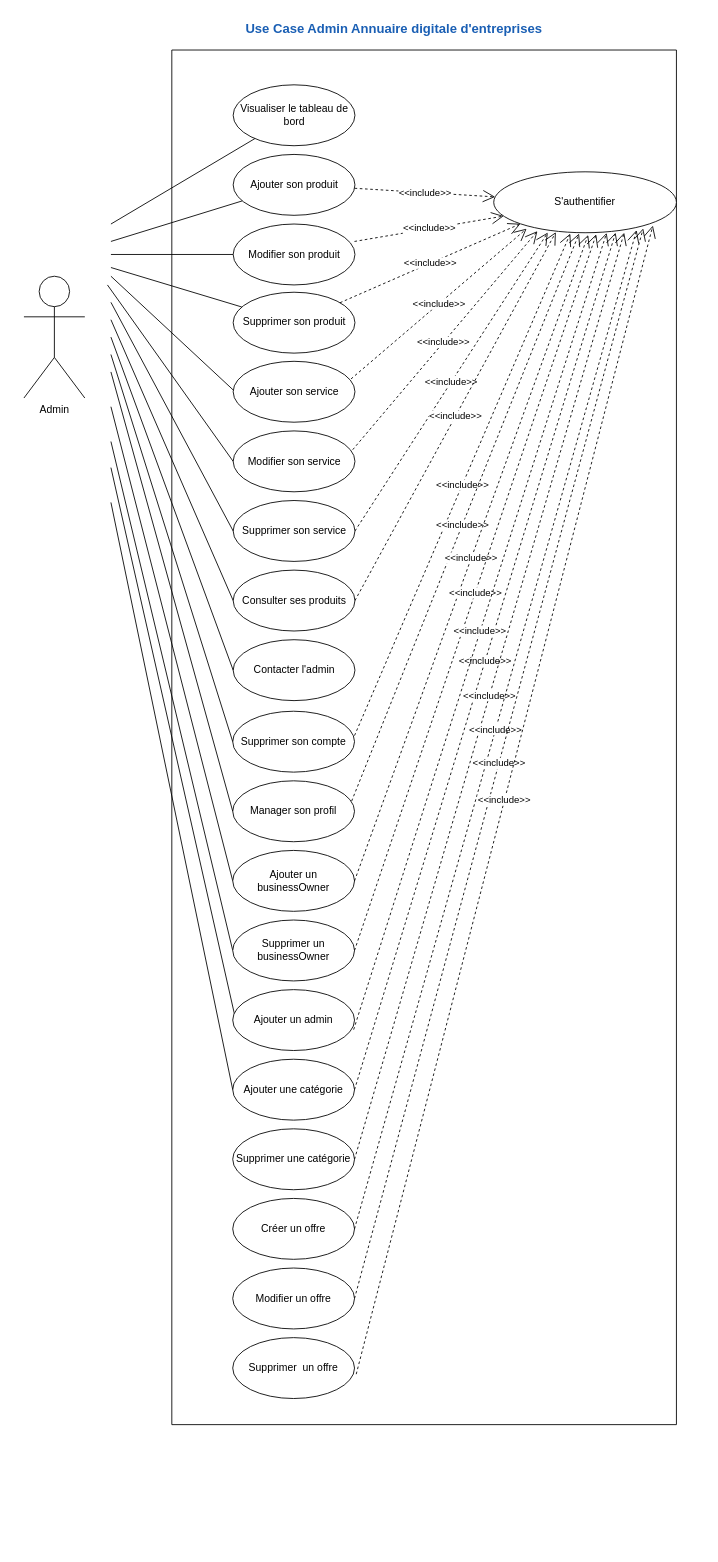
Above: 4. UseCase_Admin.drawio in amine-elarass49/angular_doc (draw.io), before the change. Source tidied: cells renumbered, new cells numbered last; positions are measured from the earlier drawing's top-left corner, leaving out a move shared by most shapes. Both pictures are drawn from the tidied source at 87%, with x=0, y=0 at pixel (23, 15).
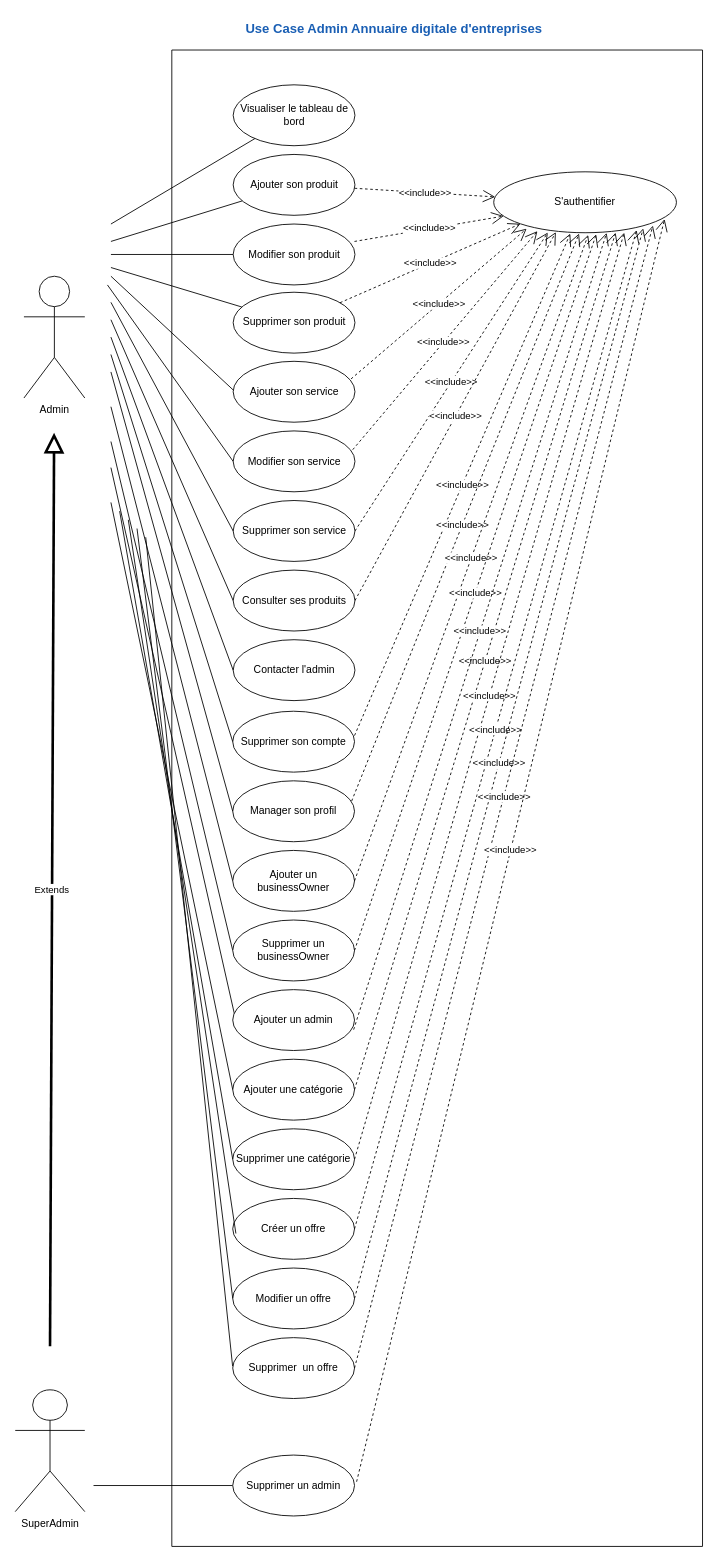
The same page after the edit.

Unchanged cells that the change refers to:
```xml
<mxCell id="4" value="S'authentifier" style="ellipse;whiteSpace=wrap;html=1;" parent="3" vertex="1">
  <mxGeometry x="370" y="140" width="210" height="70" as="geometry" />
</mxCell>
<mxCell id="46" value="Supprimer une catégorie" style="ellipse;whiteSpace=wrap;html=1;" parent="1" vertex="1">
  <mxGeometry x="240" y="1280" width="140" height="70" as="geometry" />
</mxCell>
<mxCell id="47" value="Créer un offre" style="ellipse;whiteSpace=wrap;html=1;" parent="1" vertex="1">
  <mxGeometry x="240" y="1360" width="140" height="70" as="geometry" />
</mxCell>
<mxCell id="48" value="Modifier un offre" style="ellipse;whiteSpace=wrap;html=1;" parent="1" vertex="1">
  <mxGeometry x="240" y="1440" width="140" height="70" as="geometry" />
</mxCell>
<mxCell id="49" value="Supprimer&amp;nbsp; un offre" style="ellipse;whiteSpace=wrap;html=1;" parent="1" vertex="1">
  <mxGeometry x="240" y="1520" width="140" height="70" as="geometry" />
</mxCell>
```

Diff of the diagram source:
```diff
@@
     <mxCell id="3" style="swimlane;startSize=0;" parent="1" vertex="1">
-      <mxGeometry x="170" y="40" width="580" height="1580" as="geometry" />
+      <mxGeometry x="170" y="40" width="610" height="1720" as="geometry" />
     </mxCell>
@@
+    <mxCell id="57" style="endArrow=none;html=1;edgeStyle=orthogonalEdgeStyle;rounded=0;" parent="3" edge="1">
+      <mxGeometry relative="1" as="geometry">
+        <mxPoint x="-90" y="1650" as="sourcePoint" />
+        <mxPoint x="70" y="1650" as="targetPoint" />
+      </mxGeometry>
+    </mxCell>
@@
-    <mxCell id="56" value="&amp;lt;&amp;lt;include&amp;gt;&amp;gt;" style="endArrow=open;endSize=12;dashed=1;html=1;rounded=0;exitX=1.014;exitY=0.6;exitDx=0;exitDy=0;entryX=0.871;entryY=0.883;entryDx=0;entryDy=0;exitPerimeter=0;entryPerimeter=0;" parent="1" edge="1" source="49" target="4">
+    <mxCell id="56" value="&amp;lt;&amp;lt;include&amp;gt;&amp;gt;" style="endArrow=open;endSize=12;dashed=1;html=1;rounded=0;exitX=1;exitY=0.5;exitDx=0;exitDy=0;entryX=0.871;entryY=0.883;entryDx=0;entryDy=0;exitPerimeter=0;entryPerimeter=0;" parent="1" edge="1" source="49" target="4">
       <mxGeometry relative="1" as="geometry" />
     </mxCell>
+    <mxCell id="58" value="SuperAdmin" style="shape=umlActor;verticalLabelPosition=bottom;verticalAlign=top;html=1;" parent="1" vertex="1">
+      <mxGeometry x="-10" y="1580" width="80" height="140" as="geometry" />
+    </mxCell>
+    <mxCell id="59" value="Extends" style="endArrow=block;endSize=16;endFill=0;html=1;rounded=0;strokeWidth=3;" parent="1" edge="1">
+      <mxGeometry relative="1" as="geometry">
+        <mxPoint x="30" y="1530" as="sourcePoint" />
+        <mxPoint x="34.7" y="480" as="targetPoint" />
+      </mxGeometry>
+    </mxCell>
+    <mxCell id="60" value="Supprimer un admin" style="ellipse;whiteSpace=wrap;html=1;" parent="1" vertex="1">
+      <mxGeometry x="240" y="1655" width="140" height="70" as="geometry" />
+    </mxCell>
+    <mxCell id="61" style="endArrow=none;html=1;rounded=0;entryX=0;entryY=0.5;entryDx=0;entryDy=0;" parent="1" edge="1" target="46">
+      <mxGeometry relative="1" as="geometry">
+        <mxPoint x="110" y="570" as="sourcePoint" />
+      </mxGeometry>
+    </mxCell>
+    <mxCell id="62" style="endArrow=none;html=1;rounded=0;entryX=0.026;entryY=0.576;entryDx=0;entryDy=0;entryPerimeter=0;" parent="1" edge="1" target="47">
+      <mxGeometry relative="1" as="geometry">
+        <mxPoint x="120" y="580" as="sourcePoint" />
+      </mxGeometry>
+    </mxCell>
+    <mxCell id="63" style="endArrow=none;html=1;rounded=0;entryX=0;entryY=0.5;entryDx=0;entryDy=0;" parent="1" edge="1" target="48">
+      <mxGeometry relative="1" as="geometry">
+        <mxPoint x="130" y="590" as="sourcePoint" />
+      </mxGeometry>
+    </mxCell>
+    <mxCell id="64" style="endArrow=none;html=1;rounded=0;entryX=-0.001;entryY=0.468;entryDx=0;entryDy=0;entryPerimeter=0;" parent="1" edge="1" target="49">
+      <mxGeometry relative="1" as="geometry">
+        <mxPoint x="140" y="600" as="sourcePoint" />
+      </mxGeometry>
+    </mxCell>
+    <mxCell id="65" value="&amp;lt;&amp;lt;include&amp;gt;&amp;gt;" style="endArrow=open;endSize=12;dashed=1;html=1;rounded=0;exitX=1.017;exitY=0.438;exitDx=0;exitDy=0;entryX=0.935;entryY=0.776;entryDx=0;entryDy=0;exitPerimeter=0;entryPerimeter=0;" parent="1" edge="1" source="60" target="4">
+      <mxGeometry relative="1" as="geometry" />
+    </mxCell>
```
